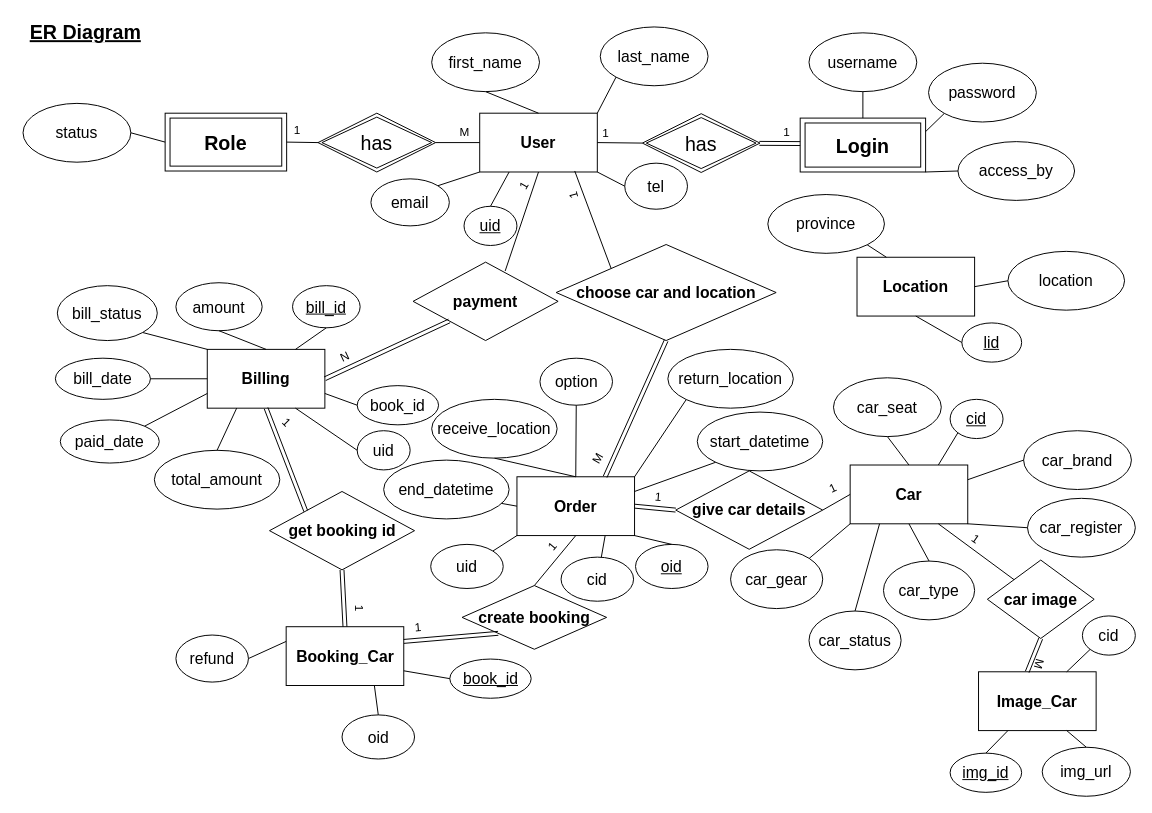
Above: page "ER Diagram" (1 of 2) of Online_Car_Rental_System.drawio in Werayootk/Online_Car_Rental_System (draw.io), before the change. Source tidied: cells renumbered, new cells numbered last; positions are measured from the earlier drawing's top-left corner, leaving out a move shared by most shapes. Both pictures are drawn from the tidied source at 98%, with x=0, y=0 at pixel (17, 17).
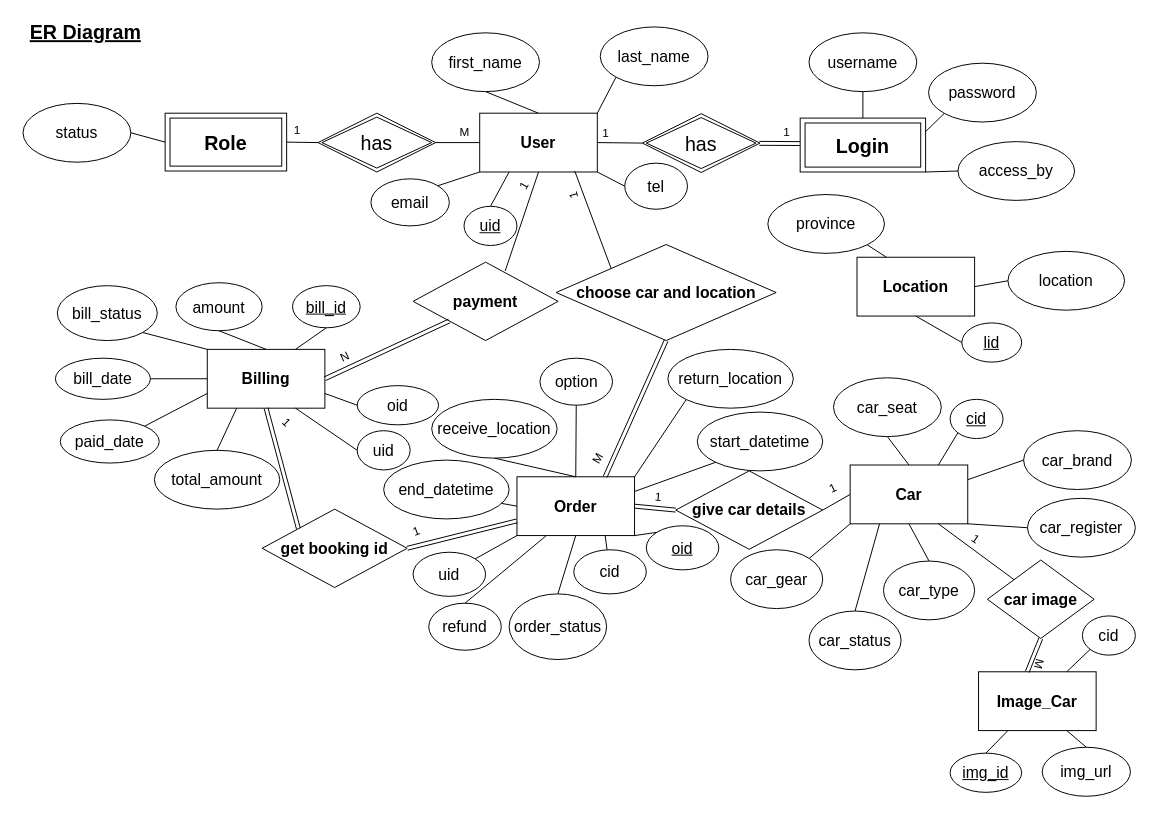
After the change.

Unchanged cells that the change refers to:
```xml
<mxCell id="110" value="&lt;b&gt;Order&lt;br&gt;&lt;/b&gt;" style="rounded=0;whiteSpace=wrap;html=1;labelBorderColor=none;fontSize=16;fontColor=#000000;strokeColor=#000000;fillColor=none;" parent="1" vertex="1">
  <mxGeometry x="510" y="469" width="120" height="60" as="geometry" />
</mxCell>
```

The edit, as a diff of the source:
```diff
@@
-    <mxCell id="39" value="&lt;b&gt;Booking_Car&lt;br&gt;&lt;/b&gt;" style="rounded=0;whiteSpace=wrap;html=1;labelBorderColor=none;fontSize=16;fontColor=#000000;strokeColor=#000000;fillColor=none;" parent="1" vertex="1">
-      <mxGeometry x="274.5" y="622" width="120" height="60" as="geometry" />
-    </mxCell>
@@
-    <mxCell id="41" style="edgeStyle=none;rounded=0;orthogonalLoop=1;jettySize=auto;html=1;exitX=0.5;exitY=0;exitDx=0;exitDy=0;fontSize=16;fontColor=#000000;" parent="1" edge="1" source="39" target="39">
-      <mxGeometry relative="1" as="geometry" />
+    <mxCell id="41" style="edgeStyle=none;rounded=0;orthogonalLoop=1;jettySize=auto;html=1;exitX=0.5;exitY=0;exitDx=0;exitDy=0;fontSize=16;fontColor=#000000;" parent="1" edge="1">
+      <mxGeometry relative="1" as="geometry">
+        <mxPoint x="334.5" y="622" as="sourcePoint" />
+        <mxPoint x="334.5" y="622" as="targetPoint" />
+      </mxGeometry>
     </mxCell>
@@
-    <mxCell id="45" value="&lt;u&gt;book_id&lt;/u&gt;" style="ellipse;whiteSpace=wrap;html=1;labelBorderColor=none;fontSize=16;fontColor=#000000;strokeColor=#000000;fillColor=none;" parent="1" vertex="1">
-      <mxGeometry x="441.5" y="655" width="83" height="40" as="geometry" />
-    </mxCell>
@@
     <mxCell id="50" value="&lt;b&gt;get booking id&lt;/b&gt;" style="rhombus;whiteSpace=wrap;html=1;labelBorderColor=none;fontSize=16;fontColor=#000000;strokeColor=#000000;fillColor=none;" parent="1" vertex="1">
-      <mxGeometry x="257.5" y="484" width="148" height="80" as="geometry" />
+      <mxGeometry x="250" y="502" width="148" height="80" as="geometry" />
     </mxCell>
-    <mxCell id="51" style="endArrow=none;html=1;rounded=0;fontSize=16;fontColor=#000000;entryX=0.5;entryY=1;entryDx=0;entryDy=0;exitX=0.5;exitY=0;exitDx=0;exitDy=0;shape=link;" parent="1" edge="1" source="39" target="50">
-      <mxGeometry relative="1" as="geometry" />
-    </mxCell>
@@
-    <mxCell id="53" value="book_id" style="ellipse;whiteSpace=wrap;html=1;labelBorderColor=none;fontSize=16;fontColor=#000000;strokeColor=#000000;fillColor=none;" parent="1" vertex="1">
+    <mxCell id="53" value="oid" style="ellipse;whiteSpace=wrap;html=1;labelBorderColor=none;fontSize=16;fontColor=#000000;strokeColor=#000000;fillColor=none;" parent="1" vertex="1">
       <mxGeometry x="347" y="376" width="83" height="40" as="geometry" />
     </mxCell>
     <mxCell id="54" value="refund" style="ellipse;whiteSpace=wrap;html=1;labelBorderColor=none;fontSize=16;fontColor=#000000;strokeColor=#000000;fillColor=none;" parent="1" vertex="1">
-      <mxGeometry x="162" y="630.5" width="74" height="48" as="geometry" />
+      <mxGeometry x="420" y="598" width="74" height="48" as="geometry" />
     </mxCell>
@@
-    <mxCell id="76" value="1" style="text;html=1;strokeColor=none;fillColor=none;align=center;verticalAlign=middle;whiteSpace=wrap;rounded=0;rotation=90;" parent="1" vertex="1">
-      <mxGeometry x="337" y="596" width="25" height="15" as="geometry" />
-    </mxCell>
@@
-    <mxCell id="107" value="&lt;b&gt;create booking&lt;/b&gt;" style="rhombus;whiteSpace=wrap;html=1;labelBorderColor=none;fontSize=16;fontColor=#000000;strokeColor=#000000;fillColor=none;" parent="1" vertex="1">
-      <mxGeometry x="454" y="580" width="147.5" height="65" as="geometry" />
-    </mxCell>
-    <mxCell id="108" style="endArrow=none;html=1;rounded=0;fontSize=16;fontColor=#000000;exitX=1;exitY=0.75;exitDx=0;exitDy=0;entryX=0;entryY=0.5;entryDx=0;entryDy=0;" parent="1" edge="1" source="39" target="45">
-      <mxGeometry relative="1" as="geometry" />
-    </mxCell>
-    <mxCell id="109" style="endArrow=none;html=1;rounded=0;fontSize=16;fontColor=#000000;exitX=0;exitY=0.25;exitDx=0;exitDy=0;entryX=1;entryY=0.5;entryDx=0;entryDy=0;" parent="1" edge="1" source="39" target="54">
-      <mxGeometry relative="1" as="geometry" />
-    </mxCell>
@@
-    <mxCell id="111" style="endArrow=none;html=1;rounded=0;fontSize=16;fontColor=#000000;exitX=0;exitY=1;exitDx=0;exitDy=0;entryX=1;entryY=0.25;entryDx=0;entryDy=0;shape=link;" parent="1" edge="1" source="107" target="39">
+    <mxCell id="111" style="endArrow=none;html=1;rounded=0;fontSize=16;fontColor=#000000;exitX=0;exitY=0.75;exitDx=0;exitDy=0;entryX=1;entryY=0.5;entryDx=0;entryDy=0;shape=link;" parent="1" edge="1" source="110" target="50">
       <mxGeometry relative="1" as="geometry" />
     </mxCell>
-    <mxCell id="112" style="endArrow=none;html=1;rounded=0;fontSize=16;fontColor=#000000;exitX=0.5;exitY=1;exitDx=0;exitDy=0;entryX=0.5;entryY=0;entryDx=0;entryDy=0;" parent="1" edge="1" source="110" target="107">
-      <mxGeometry relative="1" as="geometry" />
-    </mxCell>
@@
-    <mxCell id="114" value="oid" style="ellipse;whiteSpace=wrap;html=1;labelBorderColor=none;fontSize=16;fontColor=#000000;strokeColor=#000000;fillColor=none;" parent="1" vertex="1">
-      <mxGeometry x="331.5" y="712" width="74" height="45" as="geometry" />
-    </mxCell>
-    <mxCell id="115" style="endArrow=none;html=1;rounded=0;fontSize=16;fontColor=#000000;exitX=0.75;exitY=1;exitDx=0;exitDy=0;entryX=0.5;entryY=0;entryDx=0;entryDy=0;" parent="1" edge="1" source="39" target="114">
-      <mxGeometry relative="1" as="geometry" />
-    </mxCell>
     <mxCell id="116" value="&lt;u&gt;oid&lt;/u&gt;" style="ellipse;whiteSpace=wrap;html=1;labelBorderColor=none;fontSize=16;fontColor=#000000;strokeColor=#000000;fillColor=none;" parent="1" vertex="1">
-      <mxGeometry x="631" y="538" width="74" height="45" as="geometry" />
+      <mxGeometry x="642" y="519" width="74" height="45" as="geometry" />
     </mxCell>
-    <mxCell id="117" style="endArrow=none;html=1;rounded=0;fontSize=16;fontColor=#000000;exitX=1;exitY=1;exitDx=0;exitDy=0;entryX=0.5;entryY=0;entryDx=0;entryDy=0;" parent="1" edge="1" source="110" target="116">
+    <mxCell id="117" style="endArrow=none;html=1;rounded=0;fontSize=16;fontColor=#000000;exitX=1;exitY=1;exitDx=0;exitDy=0;entryX=0;entryY=0;entryDx=0;entryDy=0;" parent="1" edge="1" source="110" target="116">
       <mxGeometry relative="1" as="geometry" />
     </mxCell>
-    <mxCell id="118" value="1" style="text;html=1;strokeColor=none;fillColor=none;align=center;verticalAlign=middle;whiteSpace=wrap;rounded=0;rotation=-5;" parent="1" vertex="1">
-      <mxGeometry x="397" y="615.5" width="25" height="15" as="geometry" />
-    </mxCell>
-    <mxCell id="119" value="1" style="text;html=1;strokeColor=none;fillColor=none;align=center;verticalAlign=middle;whiteSpace=wrap;rounded=0;rotation=-50;" parent="1" vertex="1">
-      <mxGeometry x="533.5" y="533" width="25" height="15" as="geometry" />
+    <mxCell id="119" value="1" style="text;html=1;strokeColor=none;fillColor=none;align=center;verticalAlign=middle;whiteSpace=wrap;rounded=0;rotation=-20;" parent="1" vertex="1">
+      <mxGeometry x="395" y="517" width="25" height="15" as="geometry" />
     </mxCell>
@@
     <mxCell id="128" value="cid" style="ellipse;whiteSpace=wrap;html=1;labelBorderColor=none;fontSize=16;fontColor=#000000;strokeColor=#000000;fillColor=none;" parent="1" vertex="1">
-      <mxGeometry x="555" y="551" width="74" height="45" as="geometry" />
+      <mxGeometry x="568" y="543.5" width="74" height="45" as="geometry" />
     </mxCell>
     <mxCell id="129" value="uid" style="ellipse;whiteSpace=wrap;html=1;labelBorderColor=none;fontSize=16;fontColor=#000000;strokeColor=#000000;fillColor=none;" parent="1" vertex="1">
-      <mxGeometry x="422" y="538" width="74" height="45" as="geometry" />
+      <mxGeometry x="404" y="546" width="74" height="45" as="geometry" />
     </mxCell>
@@
+    <mxCell id="135" value="order_status" style="ellipse;whiteSpace=wrap;html=1;labelBorderColor=none;fontSize=16;fontColor=#000000;strokeColor=#000000;fillColor=none;" parent="1" vertex="1">
+      <mxGeometry x="502" y="588.5" width="99.5" height="67" as="geometry" />
+    </mxCell>
+    <mxCell id="136" style="endArrow=none;html=1;rounded=0;entryX=0.25;entryY=1;entryDx=0;entryDy=0;exitX=0.5;exitY=0;exitDx=0;exitDy=0;" parent="1" edge="1" source="54" target="110">
+      <mxGeometry relative="1" as="geometry" />
+    </mxCell>
+    <mxCell id="137" style="endArrow=none;html=1;rounded=0;entryX=0.5;entryY=1;entryDx=0;entryDy=0;exitX=0.5;exitY=0;exitDx=0;exitDy=0;" parent="1" edge="1" source="135" target="110">
+      <mxGeometry relative="1" as="geometry" />
+    </mxCell>
```
